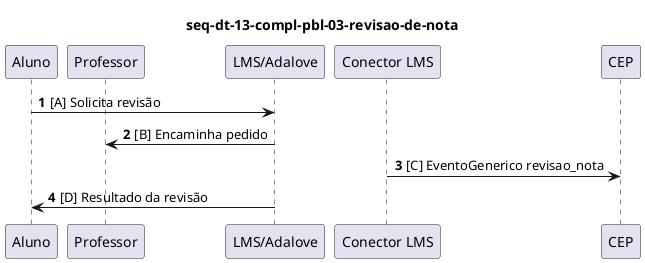
Before: projeto/assets/seq/seq-dt-13-compl-pbl-03-revisao-de-nota.png, a diagram exported from PlantUML (afonsolelis/pesquisa_modelo_gd_apb). The source it was exported from:
```plantuml
@startuml
autonumber
participant "Aluno" as Aluno
participant "Professor" as Professor
participant "LMS/Adalove" as LMS_Adalove
participant "Conector LMS" as Conector_LMS
participant "CEP" as CEP
title seq-dt-13-compl-pbl-03-revisao-de-nota
Aluno -> LMS_Adalove : [A] Solicita revisão
LMS_Adalove -> Professor : [B] Encaminha pedido
Conector_LMS -> CEP : [C] EventoGenerico revisao_nota
LMS_Adalove -> Aluno : [D] Resultado da revisão
@enduml
```
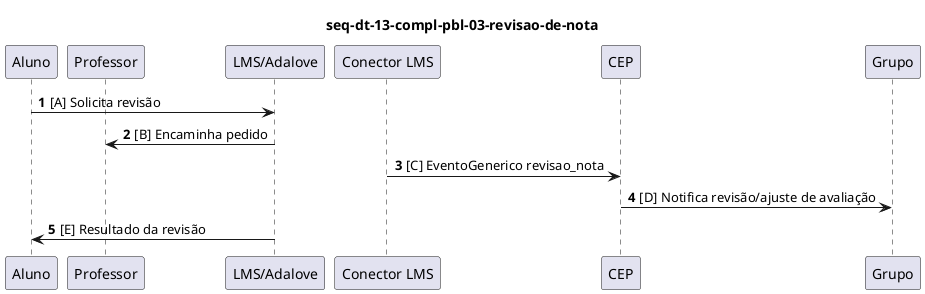
Later version of the same file.

What changed in the source:
```diff
@@ -9,5 +9,6 @@
 Aluno -> LMS_Adalove : [A] Solicita revisão
 LMS_Adalove -> Professor : [B] Encaminha pedido
 Conector_LMS -> CEP : [C] EventoGenerico revisao_nota
-LMS_Adalove -> Aluno : [D] Resultado da revisão
+CEP -> Grupo : [D] Notifica revisão/ajuste de avaliação
+LMS_Adalove -> Aluno : [E] Resultado da revisão
 @enduml
```
